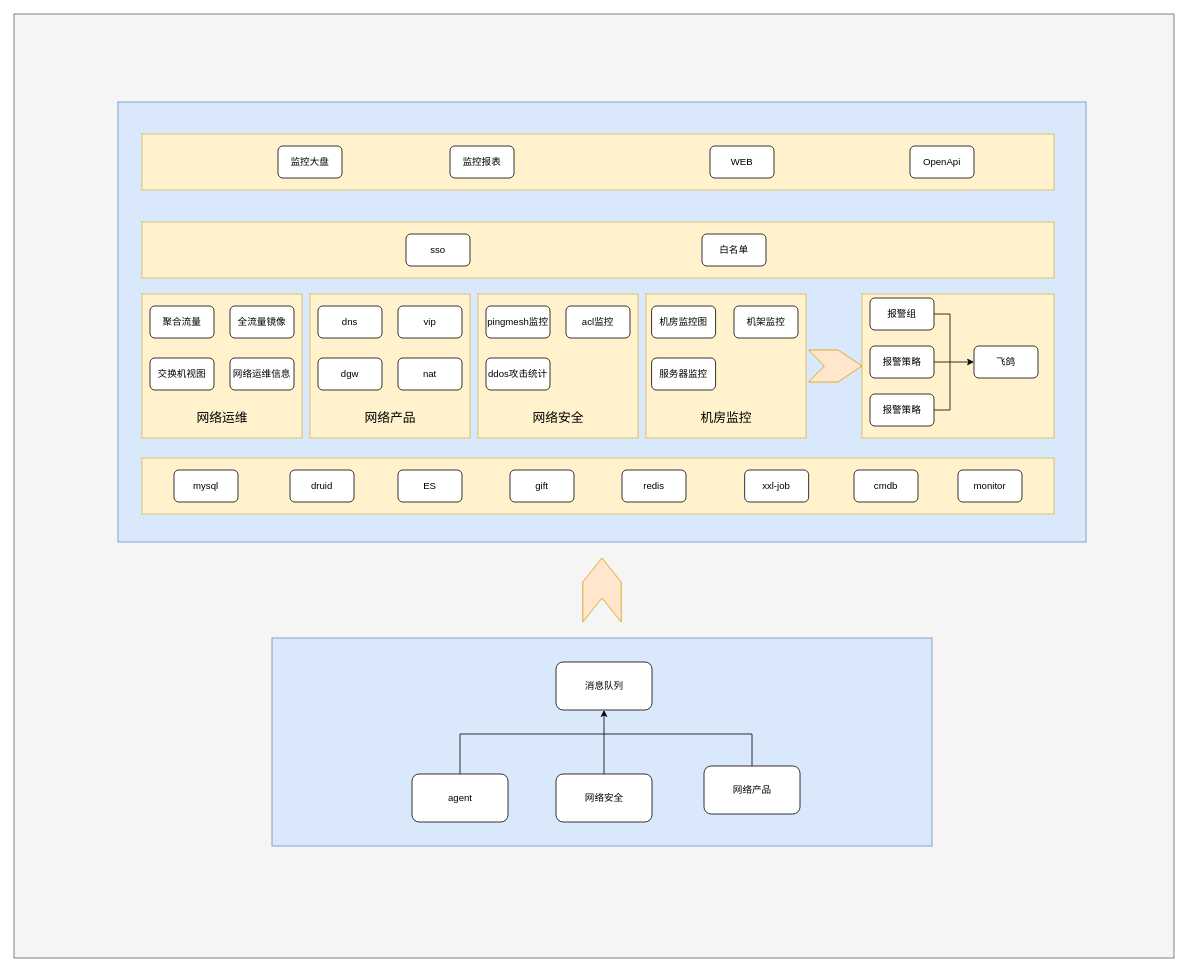
The draw.io diagram monitor.drawio in KexinAnswer/Unique, before the edit. Source tidied: cells renumbered, new cells numbered last; positions are measured from the earlier drawing's top-left corner, leaving out a move shared by most shapes. Both pictures are drawn from the tidied source at 80%, with x=0, y=0 at pixel (14, 14).
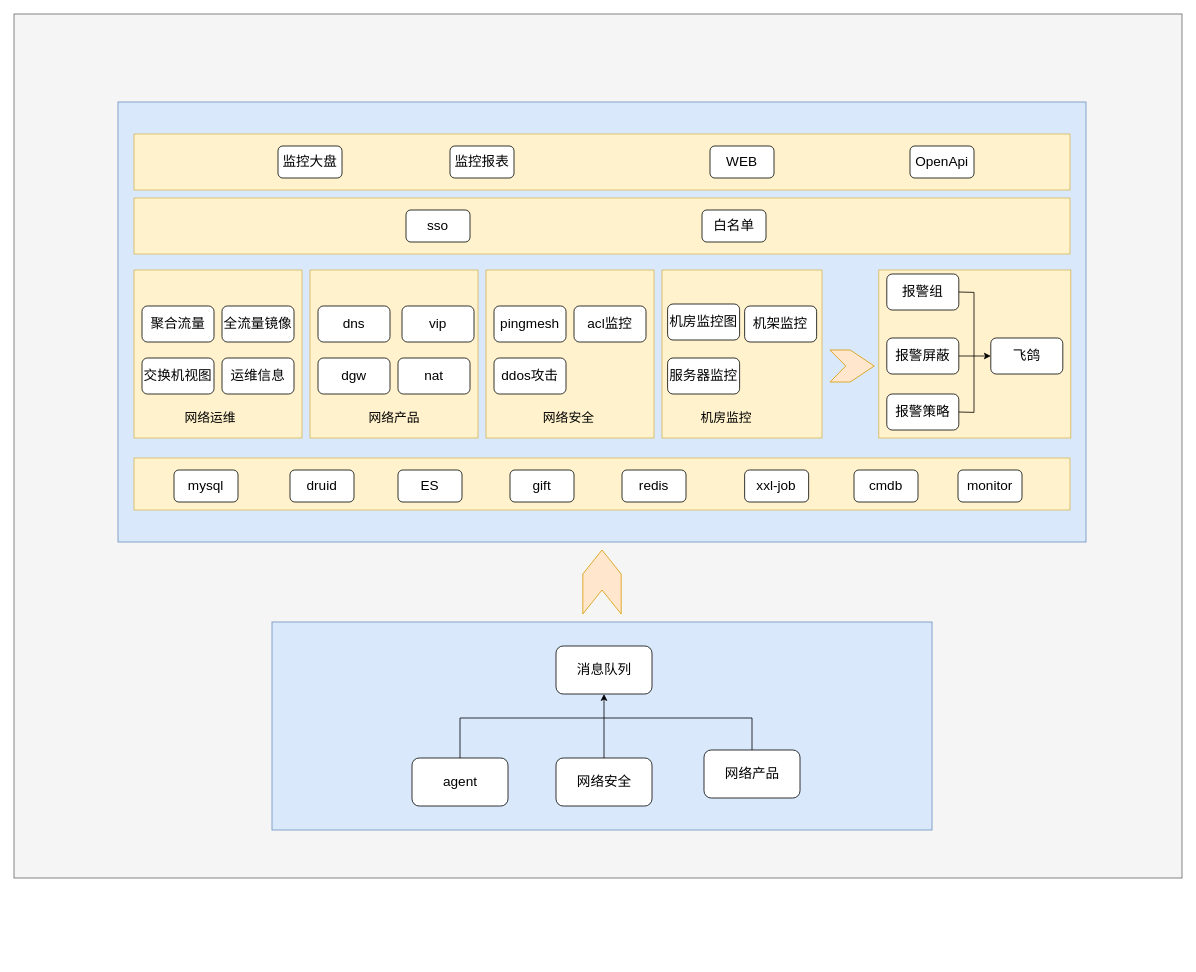
Above is the later version.

Diff of the diagram source:
```diff
@@
     <mxCell id="2" style="rounded=0;whiteSpace=wrap;html=1;fillColor=#f5f5f5;strokeColor=#666666;fontColor=#333333;" parent="1" vertex="1">
-      <mxGeometry width="1450" height="1180" as="geometry" />
+      <mxGeometry width="1460" height="1080" as="geometry" />
     </mxCell>
@@
     <mxCell id="4" style="rounded=0;whiteSpace=wrap;html=1;fillColor=#dae8fc;strokeColor=#6c8ebf;" parent="1" vertex="1">
-      <mxGeometry x="322.5" y="780" width="825" height="260" as="geometry" />
+      <mxGeometry x="322.5" y="760" width="825" height="260" as="geometry" />
     </mxCell>
     <mxCell id="5" style="rounded=0;whiteSpace=wrap;html=1;fillColor=#fff2cc;strokeColor=#d6b656;" parent="1" vertex="1">
-      <mxGeometry x="1060" y="350" width="240" height="180" as="geometry" />
+      <mxGeometry x="1081" y="320" width="240" height="210" as="geometry" />
     </mxCell>
-    <mxCell id="6" style="rounded=0;whiteSpace=wrap;html=1;fillColor=#fff2cc;strokeColor=#d6b656;" parent="1" vertex="1">
-      <mxGeometry x="160" y="150" width="1140" height="70" as="geometry" />
+    <mxCell id="6" style="rounded=0;whiteSpace=wrap;html=1;fillColor=#fff2cc;strokeColor=#d6b656;fontSize=17;" parent="1" vertex="1">
+      <mxGeometry x="150" y="150" width="1170" height="70" as="geometry" />
     </mxCell>
     <mxCell id="7" style="rounded=0;whiteSpace=wrap;html=1;fillColor=#fff2cc;strokeColor=#d6b656;" parent="1" vertex="1">
-      <mxGeometry x="160" y="260" width="1140" height="70" as="geometry" />
+      <mxGeometry x="150" y="230" width="1170" height="70" as="geometry" />
     </mxCell>
-    <mxCell id="8" style="rounded=0;whiteSpace=wrap;html=1;fillColor=#fff2cc;strokeColor=#d6b656;" parent="1" vertex="1">
-      <mxGeometry x="160" y="555" width="1140" height="70" as="geometry" />
+    <mxCell id="8" style="rounded=0;whiteSpace=wrap;html=1;fillColor=#fff2cc;strokeColor=#d6b656;fontSize=17;" parent="1" vertex="1">
+      <mxGeometry x="150" y="555" width="1170" height="65" as="geometry" />
     </mxCell>
     <mxCell id="9" style="rounded=0;whiteSpace=wrap;html=1;fillColor=#fff2cc;strokeColor=#d6b656;" parent="1" vertex="1">
-      <mxGeometry x="790" y="350" width="200" height="180" as="geometry" />
+      <mxGeometry x="810" y="320" width="200" height="210" as="geometry" />
     </mxCell>
     <mxCell id="10" style="rounded=0;whiteSpace=wrap;html=1;fillColor=#fff2cc;strokeColor=#d6b656;" parent="1" vertex="1">
-      <mxGeometry x="580" y="350" width="200" height="180" as="geometry" />
+      <mxGeometry x="590" y="320" width="210" height="210" as="geometry" />
     </mxCell>
     <mxCell id="11" style="rounded=0;whiteSpace=wrap;html=1;fillColor=#fff2cc;strokeColor=#d6b656;" parent="1" vertex="1">
-      <mxGeometry x="370" y="350" width="200" height="180" as="geometry" />
+      <mxGeometry x="370" y="320" width="210" height="210" as="geometry" />
     </mxCell>
     <mxCell id="12" style="rounded=0;whiteSpace=wrap;html=1;fillColor=#fff2cc;strokeColor=#d6b656;" parent="1" vertex="1">
-      <mxGeometry x="160" y="350" width="200" height="180" as="geometry" />
+      <mxGeometry x="150" y="320" width="210" height="210" as="geometry" />
     </mxCell>
-    <mxCell id="13" value="聚合流量" style="rounded=1;whiteSpace=wrap;html=1;" parent="1" vertex="1">
-      <mxGeometry x="170" y="365" width="80" height="40" as="geometry" />
+    <mxCell id="13" value="聚合流量" style="rounded=1;whiteSpace=wrap;html=1;fontSize=17;" parent="1" vertex="1">
+      <mxGeometry x="160" y="365" width="90" height="45" as="geometry" />
     </mxCell>
-    <mxCell id="14" value="全流量镜像" style="rounded=1;whiteSpace=wrap;html=1;" parent="1" vertex="1">
-      <mxGeometry x="270" y="365" width="80" height="40" as="geometry" />
+    <mxCell id="14" value="全流量镜像" style="rounded=1;whiteSpace=wrap;html=1;fontSize=17;" parent="1" vertex="1">
+      <mxGeometry x="260" y="365" width="90" height="45" as="geometry" />
     </mxCell>
-    <mxCell id="15" value="交换机视图" style="rounded=1;whiteSpace=wrap;html=1;" parent="1" vertex="1">
-      <mxGeometry x="170" y="430" width="80" height="40" as="geometry" />
+    <mxCell id="15" value="交换机视图" style="rounded=1;whiteSpace=wrap;html=1;fontSize=17;" parent="1" vertex="1">
+      <mxGeometry x="160" y="430" width="90" height="45" as="geometry" />
     </mxCell>
-    <mxCell id="16" value="vip" style="rounded=1;whiteSpace=wrap;html=1;" parent="1" vertex="1">
-      <mxGeometry x="480" y="365" width="80" height="40" as="geometry" />
+    <mxCell id="16" value="vip" style="rounded=1;whiteSpace=wrap;html=1;fontSize=17;" parent="1" vertex="1">
+      <mxGeometry x="485" y="365" width="90" height="45" as="geometry" />
     </mxCell>
-    <mxCell id="17" value="dgw" style="rounded=1;whiteSpace=wrap;html=1;" parent="1" vertex="1">
-      <mxGeometry x="380" y="430" width="80" height="40" as="geometry" />
+    <mxCell id="17" value="dgw" style="rounded=1;whiteSpace=wrap;html=1;fontSize=17;" parent="1" vertex="1">
+      <mxGeometry x="380" y="430" width="90" height="45" as="geometry" />
     </mxCell>
-    <mxCell id="18" value="dns" style="rounded=1;whiteSpace=wrap;html=1;" parent="1" vertex="1">
-      <mxGeometry x="380" y="365" width="80" height="40" as="geometry" />
+    <mxCell id="18" value="dns" style="rounded=1;whiteSpace=wrap;html=1;fontSize=17;" parent="1" vertex="1">
+      <mxGeometry x="380" y="365" width="90" height="45" as="geometry" />
     </mxCell>
-    <mxCell id="19" value="nat" style="rounded=1;whiteSpace=wrap;html=1;" parent="1" vertex="1">
-      <mxGeometry x="480" y="430" width="80" height="40" as="geometry" />
+    <mxCell id="19" value="nat" style="rounded=1;whiteSpace=wrap;html=1;fontSize=17;" parent="1" vertex="1">
+      <mxGeometry x="480" y="430" width="90" height="45" as="geometry" />
     </mxCell>
-    <mxCell id="20" value="网络运维信息" style="rounded=1;whiteSpace=wrap;html=1;" parent="1" vertex="1">
-      <mxGeometry x="270" y="430" width="80" height="40" as="geometry" />
+    <mxCell id="20" value="运维信息" style="rounded=1;whiteSpace=wrap;html=1;fontSize=17;" parent="1" vertex="1">
+      <mxGeometry x="260" y="430" width="90" height="45" as="geometry" />
     </mxCell>
-    <mxCell id="21" value="监控报表" style="rounded=1;whiteSpace=wrap;html=1;" parent="1" vertex="1">
+    <mxCell id="21" value="监控报表" style="rounded=1;whiteSpace=wrap;html=1;fontSize=17;" parent="1" vertex="1">
       <mxGeometry x="545" y="165" width="80" height="40" as="geometry" />
     </mxCell>
-    <mxCell id="22" value="监控大盘" style="rounded=1;whiteSpace=wrap;html=1;" parent="1" vertex="1">
+    <mxCell id="22" value="监控大盘" style="rounded=1;whiteSpace=wrap;html=1;fontSize=17;" parent="1" vertex="1">
       <mxGeometry x="330" y="165" width="80" height="40" as="geometry" />
     </mxCell>
-    <mxCell id="23" value="机房监控图" style="rounded=1;whiteSpace=wrap;html=1;" parent="1" vertex="1">
-      <mxGeometry x="797" y="365" width="80" height="40" as="geometry" />
+    <mxCell id="23" value="机房监控图" style="rounded=1;whiteSpace=wrap;html=1;fontSize=17;" parent="1" vertex="1">
+      <mxGeometry x="817" y="362.5" width="90" height="45" as="geometry" />
     </mxCell>
-    <mxCell id="24" value="机架监控" style="rounded=1;whiteSpace=wrap;html=1;" parent="1" vertex="1">
-      <mxGeometry x="900" y="365" width="80" height="40" as="geometry" />
+    <mxCell id="24" value="机架监控" style="rounded=1;whiteSpace=wrap;html=1;fontSize=17;" parent="1" vertex="1">
+      <mxGeometry x="913.3" y="365" width="90" height="45" as="geometry" />
     </mxCell>
-    <mxCell id="25" value="服务器监控" style="rounded=1;whiteSpace=wrap;html=1;" parent="1" vertex="1">
-      <mxGeometry x="797" y="430" width="80" height="40" as="geometry" />
+    <mxCell id="25" value="服务器监控" style="rounded=1;whiteSpace=wrap;html=1;fontSize=17;" parent="1" vertex="1">
+      <mxGeometry x="817" y="430" width="90" height="45" as="geometry" />
     </mxCell>
-    <mxCell id="26" value="报警组" style="rounded=1;whiteSpace=wrap;html=1;" parent="1" vertex="1">
-      <mxGeometry x="1070" y="355" width="80" height="40" as="geometry" />
+    <mxCell id="26" value="报警组" style="rounded=1;whiteSpace=wrap;html=1;fontSize=17;" parent="1" vertex="1">
+      <mxGeometry x="1091" y="325" width="90" height="45" as="geometry" />
     </mxCell>
-    <mxCell id="27" value="报警策略" style="rounded=1;whiteSpace=wrap;html=1;" parent="1" vertex="1">
-      <mxGeometry x="1070" y="415" width="80" height="40" as="geometry" />
+    <mxCell id="27" value="报警屏蔽" style="rounded=1;whiteSpace=wrap;html=1;fontSize=17;" parent="1" vertex="1">
+      <mxGeometry x="1091" y="405" width="90" height="45" as="geometry" />
     </mxCell>
-    <mxCell id="28" value="ES" style="rounded=1;whiteSpace=wrap;html=1;" parent="1" vertex="1">
+    <mxCell id="28" value="ES" style="rounded=1;whiteSpace=wrap;html=1;fontSize=17;" parent="1" vertex="1">
       <mxGeometry x="480" y="570" width="80" height="40" as="geometry" />
     </mxCell>
-    <mxCell id="29" value="mysql" style="rounded=1;whiteSpace=wrap;html=1;" parent="1" vertex="1">
+    <mxCell id="29" value="mysql" style="rounded=1;whiteSpace=wrap;html=1;fontSize=17;" parent="1" vertex="1">
       <mxGeometry x="200" y="570" width="80" height="40" as="geometry" />
     </mxCell>
-    <mxCell id="30" value="gift" style="rounded=1;whiteSpace=wrap;html=1;" parent="1" vertex="1">
+    <mxCell id="30" value="gift" style="rounded=1;whiteSpace=wrap;html=1;fontSize=17;" parent="1" vertex="1">
       <mxGeometry x="620" y="570" width="80" height="40" as="geometry" />
     </mxCell>
-    <mxCell id="31" value="redis" style="rounded=1;whiteSpace=wrap;html=1;" parent="1" vertex="1">
+    <mxCell id="31" value="redis" style="rounded=1;whiteSpace=wrap;html=1;fontSize=17;" parent="1" vertex="1">
       <mxGeometry x="760" y="570" width="80" height="40" as="geometry" />
     </mxCell>
-    <mxCell id="32" value="druid" style="rounded=1;whiteSpace=wrap;html=1;" parent="1" vertex="1">
+    <mxCell id="32" value="druid" style="rounded=1;whiteSpace=wrap;html=1;fontSize=17;" parent="1" vertex="1">
       <mxGeometry x="345" y="570" width="80" height="40" as="geometry" />
     </mxCell>
-    <mxCell id="33" value="xxl-job" style="rounded=1;whiteSpace=wrap;html=1;" parent="1" vertex="1">
+    <mxCell id="33" value="xxl-job" style="rounded=1;whiteSpace=wrap;html=1;fontSize=17;" parent="1" vertex="1">
       <mxGeometry x="913.3" y="570" width="80" height="40" as="geometry" />
     </mxCell>
-    <mxCell id="34" value="monitor" style="rounded=1;whiteSpace=wrap;html=1;" parent="1" vertex="1">
+    <mxCell id="34" value="monitor" style="rounded=1;whiteSpace=wrap;html=1;fontSize=17;" parent="1" vertex="1">
       <mxGeometry x="1180" y="570" width="80" height="40" as="geometry" />
     </mxCell>
-    <mxCell id="35" value="cmdb" style="rounded=1;whiteSpace=wrap;html=1;" parent="1" vertex="1">
+    <mxCell id="35" value="cmdb" style="rounded=1;whiteSpace=wrap;html=1;fontSize=17;" parent="1" vertex="1">
       <mxGeometry x="1050" y="570" width="80" height="40" as="geometry" />
     </mxCell>
-    <mxCell id="36" value="pingmesh监控" style="rounded=1;whiteSpace=wrap;html=1;" parent="1" vertex="1">
-      <mxGeometry x="590" y="365" width="80" height="40" as="geometry" />
+    <mxCell id="36" value="pingmesh" style="rounded=1;whiteSpace=wrap;html=1;fontSize=17;" parent="1" vertex="1">
+      <mxGeometry x="600" y="365" width="90" height="45" as="geometry" />
     </mxCell>
-    <mxCell id="37" value="acl监控" style="rounded=1;whiteSpace=wrap;html=1;" parent="1" vertex="1">
-      <mxGeometry x="690" y="365" width="80" height="40" as="geometry" />
+    <mxCell id="37" value="acl监控" style="rounded=1;whiteSpace=wrap;html=1;fontSize=17;" parent="1" vertex="1">
+      <mxGeometry x="700" y="365" width="90" height="45" as="geometry" />
     </mxCell>
-    <mxCell id="38" value="ddos攻击统计" style="rounded=1;whiteSpace=wrap;html=1;" parent="1" vertex="1">
-      <mxGeometry x="590" y="430" width="80" height="40" as="geometry" />
+    <mxCell id="38" value="ddos攻击" style="rounded=1;whiteSpace=wrap;html=1;fontSize=17;" parent="1" vertex="1">
+      <mxGeometry x="600" y="430" width="90" height="45" as="geometry" />
     </mxCell>
-    <mxCell id="39" value="飞鸽" style="rounded=1;whiteSpace=wrap;html=1;" parent="1" vertex="1">
-      <mxGeometry x="1200" y="415" width="80" height="40" as="geometry" />
+    <mxCell id="39" value="飞鸽" style="rounded=1;whiteSpace=wrap;html=1;fontSize=17;" parent="1" vertex="1">
+      <mxGeometry x="1221" y="405" width="90" height="45" as="geometry" />
     </mxCell>
-    <mxCell id="40" value="WEB" style="rounded=1;whiteSpace=wrap;html=1;" parent="1" vertex="1">
+    <mxCell id="40" value="WEB" style="rounded=1;whiteSpace=wrap;html=1;fontSize=17;" parent="1" vertex="1">
       <mxGeometry x="870" y="165" width="80" height="40" as="geometry" />
     </mxCell>
-    <mxCell id="41" value="OpenApi" style="rounded=1;whiteSpace=wrap;html=1;" parent="1" vertex="1">
+    <mxCell id="41" value="OpenApi" style="rounded=1;whiteSpace=wrap;html=1;fontSize=17;" parent="1" vertex="1">
       <mxGeometry x="1120" y="165" width="80" height="40" as="geometry" />
     </mxCell>
-    <mxCell id="42" value="报警策略" style="rounded=1;whiteSpace=wrap;html=1;" parent="1" vertex="1">
-      <mxGeometry x="1070" y="475" width="80" height="40" as="geometry" />
+    <mxCell id="42" value="报警策略" style="rounded=1;whiteSpace=wrap;html=1;fontSize=17;" parent="1" vertex="1">
+      <mxGeometry x="1091" y="475" width="90" height="45" as="geometry" />
     </mxCell>
-    <mxCell id="43" style="endArrow=classic;html=1;rounded=0;exitX=1;exitY=0.5;exitDx=0;exitDy=0;entryX=0;entryY=0.5;entryDx=0;entryDy=0;" parent="1" edge="1" source="27" target="39">
+    <mxCell id="43" style="endArrow=classic;html=1;rounded=0;exitX=1;exitY=0.5;exitDx=0;exitDy=0;entryX=0;entryY=0.5;entryDx=0;entryDy=0;fontSize=16;" parent="1" edge="1" source="27" target="39">
       <mxGeometry relative="1" as="geometry" />
     </mxCell>
-    <mxCell id="44" style="endArrow=none;html=1;rounded=0;exitX=1;exitY=0.5;exitDx=0;exitDy=0;" parent="1" edge="1" source="42">
-      <mxGeometry relative="1" as="geometry">
-        <mxPoint x="1170" y="435" as="targetPoint" />
-        <Array as="points">
-          <mxPoint x="1170" y="495" />
-        </Array>
-      </mxGeometry>
-    </mxCell>
-    <mxCell id="45" style="endArrow=none;html=1;rounded=0;entryX=1;entryY=0.5;entryDx=0;entryDy=0;" parent="1" edge="1" target="26">
+    <mxCell id="45" style="endArrow=none;html=1;rounded=0;entryX=1;entryY=0.5;entryDx=0;entryDy=0;fontSize=16;" parent="1" edge="1" target="26">
       <mxGeometry relative="1" as="geometry">
-        <mxPoint x="1170" y="435" as="sourcePoint" />
+        <mxPoint x="1200" y="430" as="sourcePoint" />
         <Array as="points">
-          <mxPoint x="1170" y="375" />
+          <mxPoint x="1200" y="348" />
         </Array>
       </mxGeometry>
     </mxCell>
-    <mxCell id="46" value="sso" style="rounded=1;whiteSpace=wrap;html=1;" parent="1" vertex="1">
-      <mxGeometry x="490" y="275" width="80" height="40" as="geometry" />
+    <mxCell id="46" value="sso" style="rounded=1;whiteSpace=wrap;html=1;fontSize=17;" parent="1" vertex="1">
+      <mxGeometry x="490" y="245" width="80" height="40" as="geometry" />
     </mxCell>
-    <mxCell id="47" value="白名单" style="rounded=1;whiteSpace=wrap;html=1;" parent="1" vertex="1">
-      <mxGeometry x="860" y="275" width="80" height="40" as="geometry" />
+    <mxCell id="47" value="白名单" style="rounded=1;whiteSpace=wrap;html=1;fontSize=17;" parent="1" vertex="1">
+      <mxGeometry x="860" y="245" width="80" height="40" as="geometry" />
     </mxCell>
-    <mxCell id="48" value="消息队列" style="rounded=1;whiteSpace=wrap;html=1;" parent="1" vertex="1">
-      <mxGeometry x="677.5" y="810" width="120" height="60" as="geometry" />
+    <mxCell id="48" value="消息队列" style="rounded=1;whiteSpace=wrap;html=1;fontSize=17;" parent="1" vertex="1">
+      <mxGeometry x="677.5" y="790" width="120" height="60" as="geometry" />
     </mxCell>
-    <mxCell id="49" value="agent" style="rounded=1;whiteSpace=wrap;html=1;" parent="1" vertex="1">
-      <mxGeometry x="497.5" y="950" width="120" height="60" as="geometry" />
+    <mxCell id="49" value="agent" style="rounded=1;whiteSpace=wrap;html=1;fontSize=17;" parent="1" vertex="1">
+      <mxGeometry x="497.5" y="930" width="120" height="60" as="geometry" />
     </mxCell>
-    <mxCell id="50" value="网络安全" style="rounded=1;whiteSpace=wrap;html=1;" parent="1" vertex="1">
-      <mxGeometry x="677.5" y="950" width="120" height="60" as="geometry" />
+    <mxCell id="50" value="网络安全" style="rounded=1;whiteSpace=wrap;html=1;fontSize=17;" parent="1" vertex="1">
+      <mxGeometry x="677.5" y="930" width="120" height="60" as="geometry" />
     </mxCell>
-    <mxCell id="51" value="网络产品" style="rounded=1;whiteSpace=wrap;html=1;" parent="1" vertex="1">
-      <mxGeometry x="862.5" y="940" width="120" height="60" as="geometry" />
+    <mxCell id="51" value="网络产品" style="rounded=1;whiteSpace=wrap;html=1;fontSize=17;" parent="1" vertex="1">
+      <mxGeometry x="862.5" y="920" width="120" height="60" as="geometry" />
     </mxCell>
-    <mxCell id="52" style="endArrow=classic;html=1;rounded=0;entryX=0.5;entryY=1;entryDx=0;entryDy=0;exitX=0.5;exitY=0;exitDx=0;exitDy=0;" parent="1" edge="1" source="50" target="48">
+    <mxCell id="52" style="endArrow=classic;html=1;rounded=0;entryX=0.5;entryY=1;entryDx=0;entryDy=0;exitX=0.5;exitY=0;exitDx=0;exitDy=0;fontSize=17;" parent="1" edge="1" source="50" target="48">
       <mxGeometry relative="1" as="geometry" />
     </mxCell>
-    <mxCell id="53" style="endArrow=none;html=1;rounded=0;exitX=0.5;exitY=0;exitDx=0;exitDy=0;" parent="1" edge="1" source="49">
+    <mxCell id="53" style="endArrow=none;html=1;rounded=0;exitX=0.5;exitY=0;exitDx=0;exitDy=0;fontSize=17;" parent="1" edge="1" source="49">
       <mxGeometry relative="1" as="geometry">
-        <mxPoint x="777.5" y="900" as="targetPoint" />
+        <mxPoint x="777.5" y="880" as="targetPoint" />
         <Array as="points">
-          <mxPoint x="557.5" y="900" />
+          <mxPoint x="557.5" y="880" />
         </Array>
       </mxGeometry>
     </mxCell>
-    <mxCell id="54" style="endArrow=none;html=1;rounded=0;entryX=0.5;entryY=0;entryDx=0;entryDy=0;" parent="1" edge="1" target="51">
+    <mxCell id="54" style="endArrow=none;html=1;rounded=0;entryX=0.5;entryY=0;entryDx=0;entryDy=0;fontSize=17;" parent="1" edge="1" target="51">
       <mxGeometry relative="1" as="geometry">
-        <mxPoint x="777.5" y="900" as="sourcePoint" />
+        <mxPoint x="777.5" y="880" as="sourcePoint" />
         <Array as="points">
-          <mxPoint x="922.5" y="900" />
+          <mxPoint x="922.5" y="880" />
         </Array>
       </mxGeometry>
     </mxCell>
-    <mxCell id="55" style="html=1;shadow=0;dashed=0;align=center;verticalAlign=middle;shape=mxgraph.arrows2.arrow;dy=0;dx=30;notch=19.71;fillColor=#ffe6cc;strokeColor=#d79b00;" parent="1" vertex="1">
-      <mxGeometry x="993.3" y="420" width="66.7" height="40" as="geometry" />
+    <mxCell id="55" style="html=1;shadow=0;dashed=0;align=center;verticalAlign=middle;shape=mxgraph.arrows2.arrow;dy=0;dx=30;notch=19.71;fillColor=#ffe6cc;strokeColor=#d79b00;fontSize=16;" parent="1" vertex="1">
+      <mxGeometry x="1020" y="420" width="55.3" height="40" as="geometry" />
     </mxCell>
     <mxCell id="56" style="html=1;shadow=0;dashed=0;align=center;verticalAlign=middle;shape=mxgraph.arrows2.arrow;dy=0;dx=30;notch=30;direction=north;fillColor=#ffe6cc;strokeColor=#d79b00;" parent="1" vertex="1">
-      <mxGeometry x="711" y="680" width="48" height="80" as="geometry" />
+      <mxGeometry x="711" y="670" width="48" height="80" as="geometry" />
     </mxCell>
     <mxCell id="57" value="&lt;font style=&quot;font-size: 16px&quot;&gt;网络运维&lt;/font&gt;" style="text;html=1;align=center;verticalAlign=middle;fillColor=none;strokeColor=none;rounded=0;" parent="1" vertex="1">
-      <mxGeometry x="220" y="495" width="80" height="20" as="geometry" />
+      <mxGeometry x="205" y="495" width="80" height="20" as="geometry" />
     </mxCell>
     <mxCell id="58" value="&lt;font style=&quot;font-size: 16px&quot;&gt;网络产品&lt;/font&gt;" style="text;html=1;align=center;verticalAlign=middle;fillColor=none;strokeColor=none;rounded=0;" parent="1" vertex="1">
-      <mxGeometry x="430" y="495" width="80" height="20" as="geometry" />
+      <mxGeometry x="435" y="495" width="80" height="20" as="geometry" />
     </mxCell>
     <mxCell id="59" value="&lt;font style=&quot;font-size: 16px&quot;&gt;网络安全&lt;/font&gt;" style="text;html=1;align=center;verticalAlign=middle;fillColor=none;strokeColor=none;rounded=0;" parent="1" vertex="1">
-      <mxGeometry x="640" y="495" width="80" height="20" as="geometry" />
+      <mxGeometry x="652.5" y="495" width="80" height="20" as="geometry" />
     </mxCell>
@@
+    <mxCell id="61" style="endArrow=none;html=1;rounded=0;exitX=1;exitY=0.5;exitDx=0;exitDy=0;" parent="1" edge="1" source="42">
+      <mxGeometry relative="1" as="geometry">
+        <mxPoint x="1200" y="430" as="targetPoint" />
+        <Array as="points">
+          <mxPoint x="1200" y="498" />
+        </Array>
+      </mxGeometry>
+    </mxCell>
```
